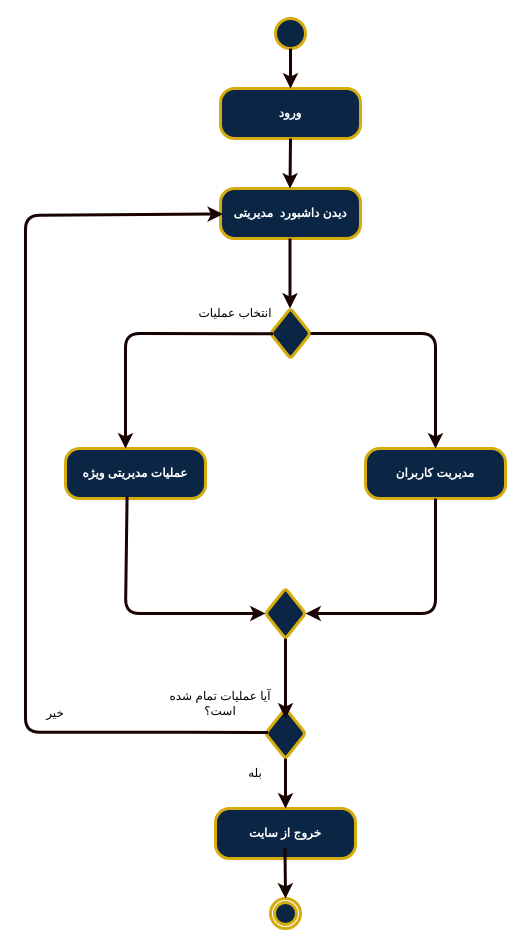
This is page "نمودار سوپر ادمین" (1 of 4) of Documentation/Analysis/Modeling/Functional Models/Super Admin/super admin activity diagram.drawio from TnT74K/Project-SAD, a draw.io file, before an edit. Source tidied: cells renumbered, new cells numbered last; positions are measured from the earlier drawing's top-left corner, leaving out a move shared by most shapes. Both pictures are drawn from the tidied source at 100%, with x=0, y=0 at pixel (25, 18).
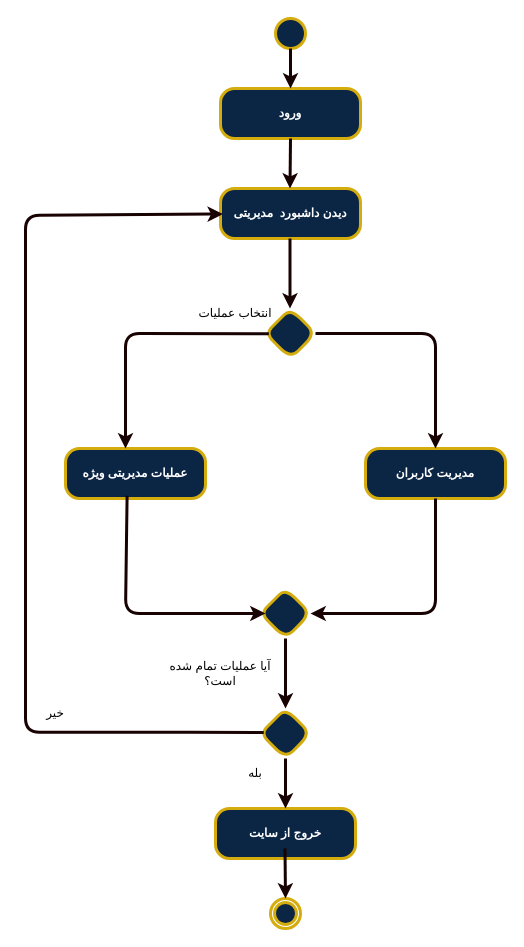
The same diagram, later.

What changed in the source:
```diff
@@
-    <mxCell id="5" style="rhombus;rounded=1;strokeColor=light-dark(#D4AC0D,#D4AC0D);strokeWidth=3;align=center;verticalAlign=middle;arcSize=7;fontFamily=zain;fontSize=12;fontColor=light-dark(#FFFFFF,#FFFFFF);fontStyle=1;labelBackgroundColor=none;fillColor=light-dark(#0B2545,#0B2545);" parent="1" vertex="1">
-      <mxGeometry x="245" y="290" width="40" height="50" as="geometry" />
+    <mxCell id="5" style="rhombus;rounded=1;strokeColor=light-dark(#D4AC0D,#D4AC0D);strokeWidth=3;align=center;verticalAlign=middle;arcSize=28;fontFamily=zain;fontSize=12;fontColor=light-dark(#FFFFFF,#FFFFFF);fontStyle=1;labelBackgroundColor=none;fillColor=light-dark(#0B2545,#0B2545);" parent="1" vertex="1">
+      <mxGeometry x="240" y="290" width="50" height="50" as="geometry" />
     </mxCell>
@@
-    <mxCell id="9" style="rhombus;rounded=1;strokeColor=light-dark(#D4AC0D,#D4AC0D);strokeWidth=3;align=center;verticalAlign=middle;arcSize=7;fontFamily=zain;fontSize=12;fontColor=light-dark(#FFFFFF,#FFFFFF);fontStyle=1;labelBackgroundColor=none;fillColor=light-dark(#0B2545,#0B2545);" parent="1" vertex="1">
-      <mxGeometry x="240" y="570" width="40" height="50" as="geometry" />
+    <mxCell id="9" style="rhombus;rounded=1;strokeColor=light-dark(#D4AC0D,#D4AC0D);strokeWidth=3;align=center;verticalAlign=middle;arcSize=28;fontFamily=zain;fontSize=12;fontColor=light-dark(#FFFFFF,#FFFFFF);fontStyle=1;labelBackgroundColor=none;fillColor=light-dark(#0B2545,#0B2545);" parent="1" vertex="1">
+      <mxGeometry x="235" y="570" width="50" height="50" as="geometry" />
     </mxCell>
@@
-    <mxCell id="11" style="rhombus;rounded=1;strokeColor=light-dark(#D4AC0D,#D4AC0D);strokeWidth=3;align=center;verticalAlign=middle;arcSize=7;fontFamily=zain;fontSize=12;fontColor=light-dark(#FFFFFF,#FFFFFF);fontStyle=1;labelBackgroundColor=none;fillColor=light-dark(#0B2545,#0B2545);" parent="1" vertex="1">
-      <mxGeometry x="240" y="690" width="40" height="50" as="geometry" />
+    <mxCell id="11" style="rhombus;rounded=1;strokeColor=light-dark(#D4AC0D,#D4AC0D);strokeWidth=3;align=center;verticalAlign=middle;arcSize=28;fontFamily=zain;fontSize=12;fontColor=light-dark(#FFFFFF,#FFFFFF);fontStyle=1;labelBackgroundColor=none;fillColor=light-dark(#0B2545,#0B2545);" parent="1" vertex="1">
+      <mxGeometry x="235" y="690" width="50" height="50" as="geometry" />
     </mxCell>
@@
-    <mxCell id="20" style="html=1;verticalAlign=middle;labelBackgroundColor=none;strokeWidth=3;rounded=1;exitX=0.5;exitY=1;exitDx=0;exitDy=0;entryX=0.5;entryY=0;entryDx=0;entryDy=0;strokeColor=light-dark(#180202, #D4AC0D);align=center;arcSize=28;fontFamily=zain;fontSize=12;fontColor=light-dark(#FFFFFF,#FFFFFF);fontStyle=1;fillColor=light-dark(#0B2545,#0B2545);" parent="1" edge="1" source="9">
+    <mxCell id="20" style="html=1;verticalAlign=middle;labelBackgroundColor=none;strokeWidth=3;rounded=1;exitX=0.5;exitY=1;exitDx=0;exitDy=0;strokeColor=light-dark(#180202, #D4AC0D);align=center;arcSize=28;fontFamily=zain;fontSize=12;fontColor=light-dark(#FFFFFF,#FFFFFF);fontStyle=1;fillColor=light-dark(#0B2545,#0B2545);" parent="1" edge="1" source="9">
       <mxGeometry relative="1" as="geometry">
-        <mxPoint x="260" y="700" as="targetPoint" />
+        <mxPoint x="260" y="690" as="targetPoint" />
       </mxGeometry>
     </mxCell>
@@
     <mxCell id="23" value="&lt;font face=&quot;zain&quot;&gt;آیا عملیات تمام شده است؟&lt;/font&gt;" style="text;html=1;whiteSpace=wrap;strokeColor=none;fillColor=none;align=center;verticalAlign=middle;rounded=0;" parent="1" vertex="1">
-      <mxGeometry x="135" y="670" width="120" height="30" as="geometry" />
+      <mxGeometry x="135" y="640" width="120" height="30" as="geometry" />
     </mxCell>
```
